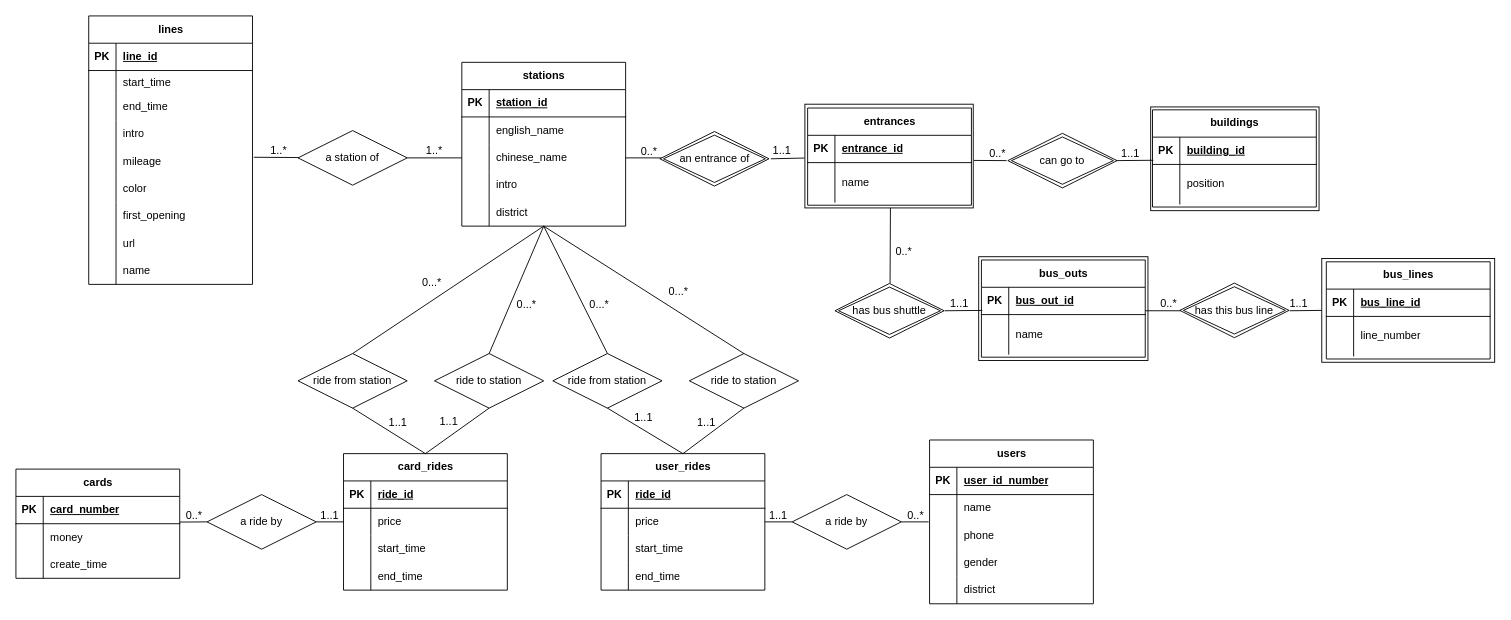
Dilemma-CMZ/CS307-Project1 keeps this draw.io diagram as ER-Proj1.drawio. Above is the earlier version. Source tidied: cells renumbered, new cells numbered last; positions are measured from the earlier drawing's top-left corner, leaving out a move shared by most shapes. Both pictures are drawn from the tidied source at 91%, with x=0, y=0 at pixel (15, 15).
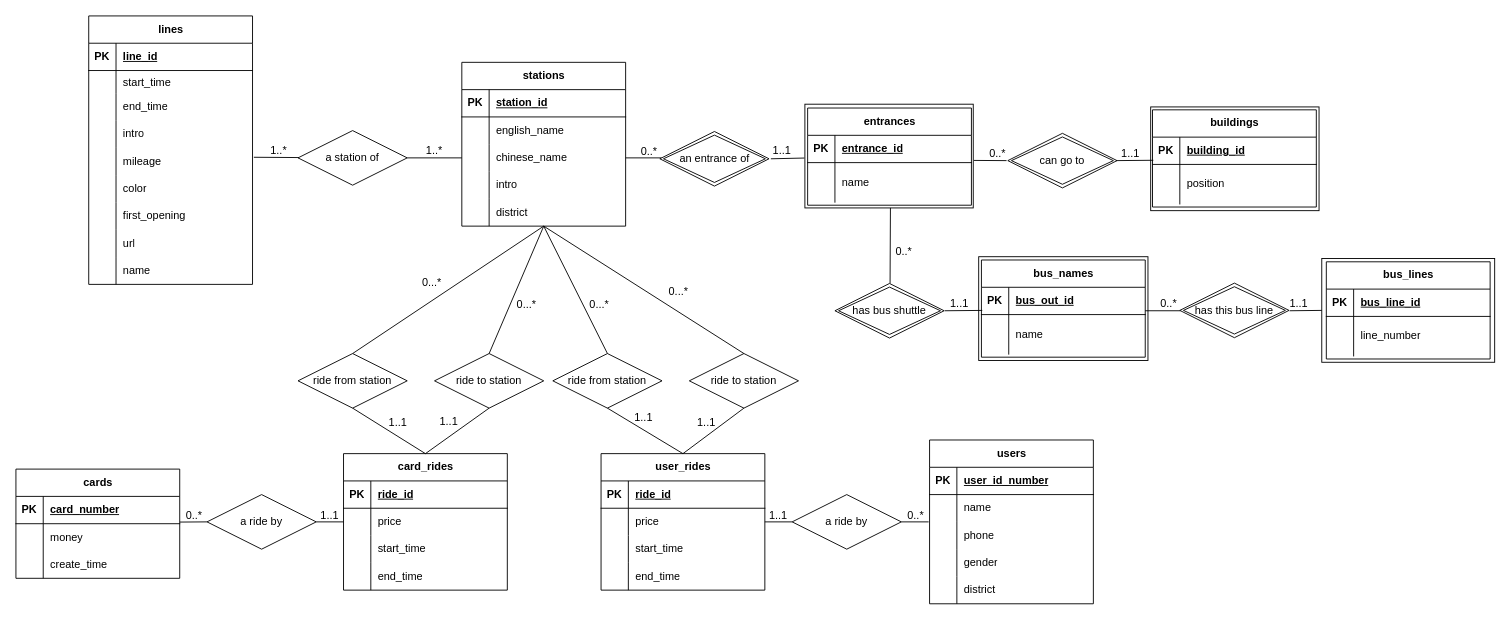
The same page after the edit.

What changed in the source:
```diff
@@
-    <mxCell id="77" value="bus_outs" style="shape=table;startSize=30;childLayout=tableLayout;rowLines=0;fontStyle=1;align=center;html=1;" parent="1" vertex="1">
+    <mxCell id="77" value="bus_names" style="shape=table;startSize=30;childLayout=tableLayout;rowLines=0;fontStyle=1;align=center;html=1;" parent="1" vertex="1">
       <mxGeometry x="1061" y="268.2" width="180" height="106.8" as="geometry" />
     </mxCell>
```
